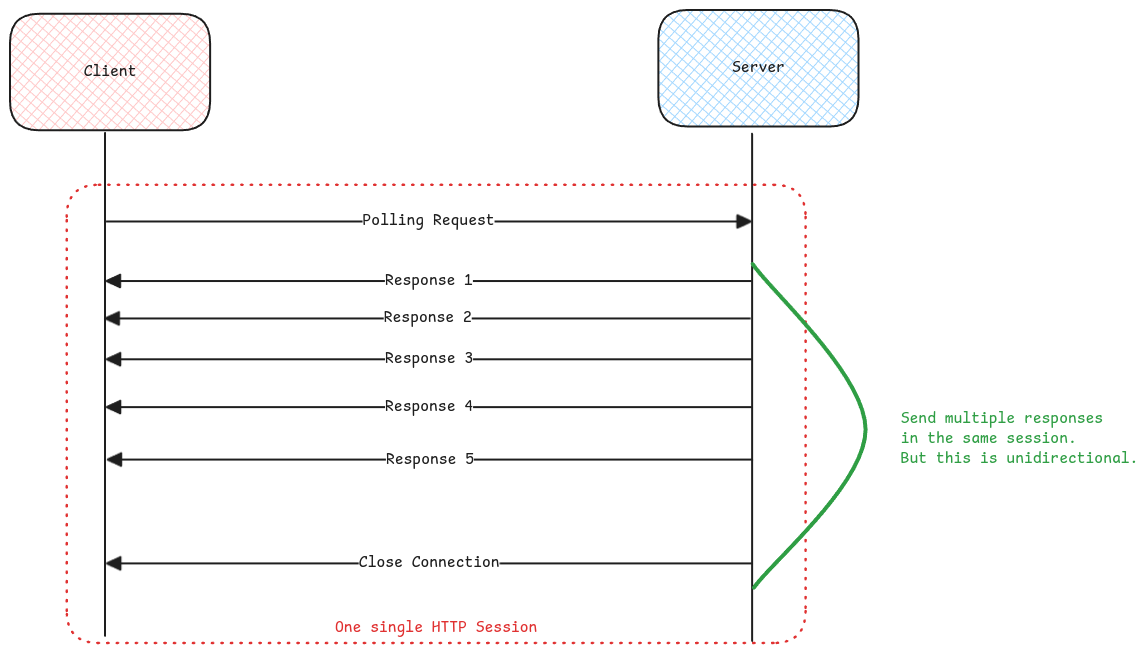
The Excalidraw diagram static/img/sse.excalidraw.png in swaroopar/inprogress-engineer, before a commit. Source tidied: one line per element, renumbered; positions are measured from the earlier drawing's top-left corner, leaving out a move shared by most shapes.
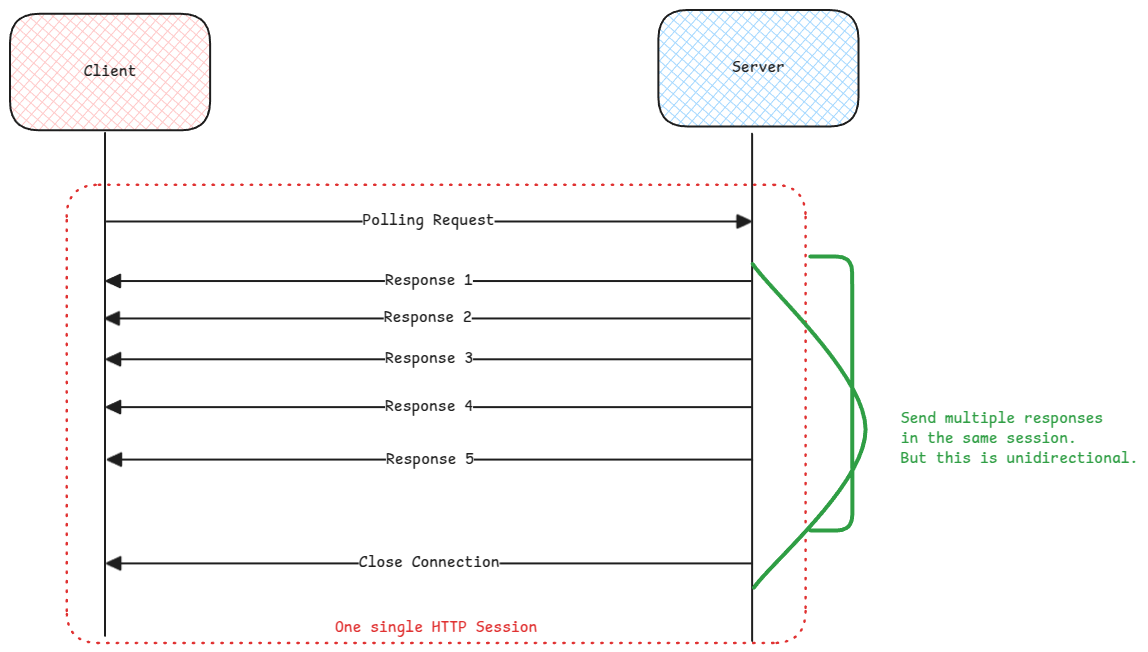
After the change.

The edit, as a diff of the source:
```diff
@@ -20,5 +20,5 @@
 {"id": 19, "type": "text", "text": "Response 2", "strokeColor": "#1e1e1e", "backgroundColor": "#ffc9c9", "fillStyle": "cross-hatch", "strokeWidth": 2, "roughness": 0, "fontSize": 16, "fontFamily": 8, "textAlign": "center", "verticalAlign": "middle", "inside": 18, "x": 374, "y": 298, "width": 88, "height": 20}
 {"id": 20, "type": "rectangle", "strokeColor": "#e03131", "strokeWidth": 2, "strokeStyle": "dotted", "roughness": 0, "round": true, "x": 57, "y": 175, "width": 739, "height": 458}
 {"id": 21, "type": "text", "text": "One single HTTP Session", "strokeColor": "#e03131", "strokeWidth": 2, "strokeStyle": "dotted", "roughness": 1, "fontSize": 16, "fontFamily": 8, "textAlign": "center", "verticalAlign": "bottom", "inside": 20, "x": 325, "y": 608, "width": 202, "height": 20}
-{"id": 22, "type": "line", "strokeColor": "#2f9e44", "strokeWidth": 4, "roughness": 0, "round": true, "x": 743, "y": 254, "width": 113, "height": 324, "points": [[0, 0], [113, 165], [1, 324]]}
 {"id": 23, "type": "text", "text": "Send multiple responses\nin the same session.\nBut this is unidirectional.", "strokeColor": "#2f9e44", "strokeWidth": 4, "roughness": 0, "fontSize": 16, "fontFamily": 8, "x": 891, "y": 399, "width": 238, "height": 60}
+{"id": 24, "type": "arrow", "strokeColor": "#2f9e44", "strokeWidth": 4, "roughness": 0, "from": 20, "to": 20, "x": 800, "y": 247, "width": 42, "height": 274, "points": [[0, 0], [42, 0], [42, 274], [0, 274]]}
```
